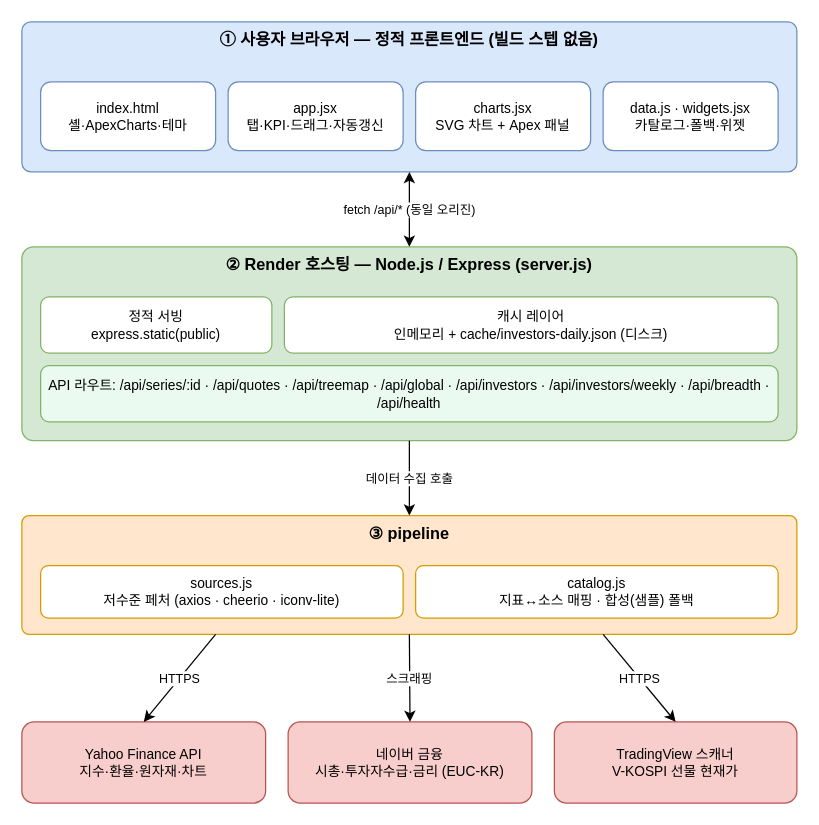
Above: architecture.drawio in nohkihyeon/macro (draw.io), before the change. Source tidied: cells renumbered, new cells numbered last; positions are measured from the earlier drawing's top-left corner, leaving out a move shared by most shapes. Both pictures are drawn from the tidied source at 125%, with x=0, y=0 at pixel (21, 21).
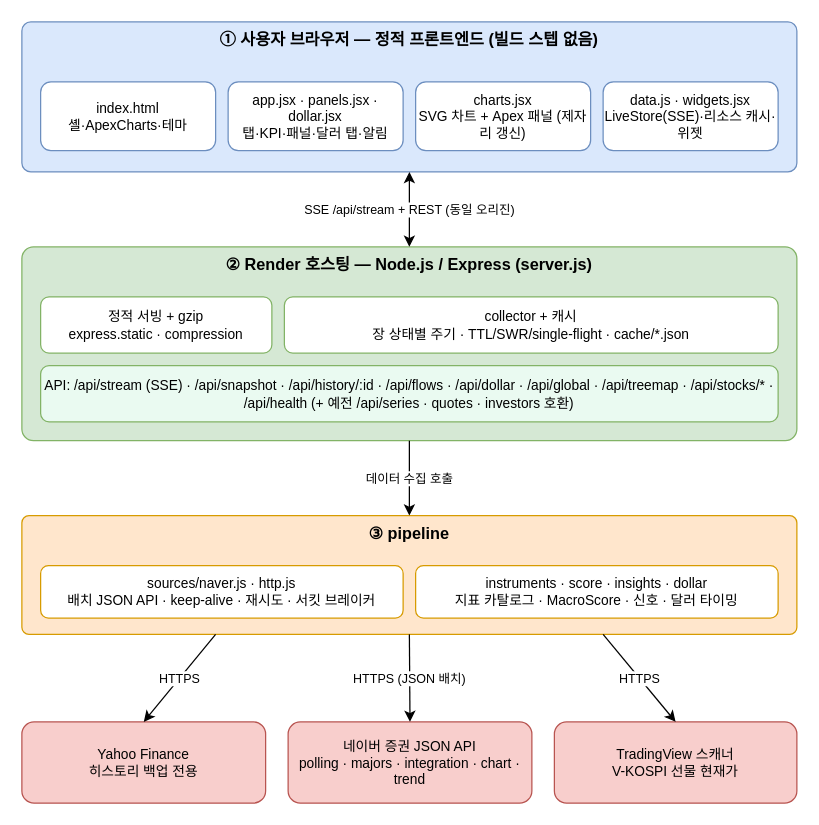
After the change.

The change refers to these unchanged cells:
```xml
<mxCell id="2" value="① 사용자 브라우저 — 정적 프론트엔드 (빌드 스텝 없음)" style="rounded=1;whiteSpace=wrap;html=1;fillColor=#dae8fc;strokeColor=#6c8ebf;verticalAlign=top;fontStyle=1;fontSize=13;arcSize=6;" parent="1" vertex="1">
  <mxGeometry width="620" height="120" as="geometry" />
</mxCell>
<mxCell id="7" value="② Render 호스팅 — Node.js / Express (server.js)" style="rounded=1;whiteSpace=wrap;html=1;fillColor=#d5e8d4;strokeColor=#82b366;verticalAlign=top;fontStyle=1;fontSize=13;arcSize=6;" parent="1" vertex="1">
  <mxGeometry y="180" width="620" height="155" as="geometry" />
</mxCell>
<mxCell id="11" value="③ pipeline" style="rounded=1;whiteSpace=wrap;html=1;fillColor=#ffe6cc;strokeColor=#d79b00;verticalAlign=top;fontStyle=1;fontSize=13;arcSize=6;" parent="1" vertex="1">
  <mxGeometry y="395" width="620" height="95" as="geometry" />
</mxCell>
```

Diff of the diagram source:
```diff
@@
-    <mxCell id="4" value="app.jsx&#10;탭·KPI·드래그·자동갱신" style="rounded=1;whiteSpace=wrap;html=1;fillColor=#ffffff;strokeColor=#6c8ebf;fontSize=11;" parent="2" vertex="1">
+    <mxCell id="4" value="app.jsx · panels.jsx · dollar.jsx&#10;탭·KPI·패널·달러 탭·알림" style="rounded=1;whiteSpace=wrap;html=1;fillColor=#ffffff;strokeColor=#6c8ebf;fontSize=11;" parent="2" vertex="1">
       <mxGeometry x="165" y="48" width="140" height="55" as="geometry" />
     </mxCell>
-    <mxCell id="5" value="charts.jsx&#10;SVG 차트 + Apex 패널" style="rounded=1;whiteSpace=wrap;html=1;fillColor=#ffffff;strokeColor=#6c8ebf;fontSize=11;" parent="2" vertex="1">
+    <mxCell id="5" value="charts.jsx&#10;SVG 차트 + Apex 패널 (제자리 갱신)" style="rounded=1;whiteSpace=wrap;html=1;fillColor=#ffffff;strokeColor=#6c8ebf;fontSize=11;" parent="2" vertex="1">
       <mxGeometry x="315" y="48" width="140" height="55" as="geometry" />
     </mxCell>
-    <mxCell id="6" value="data.js · widgets.jsx&#10;카탈로그·폴백·위젯" style="rounded=1;whiteSpace=wrap;html=1;fillColor=#ffffff;strokeColor=#6c8ebf;fontSize=11;" parent="2" vertex="1">
+    <mxCell id="6" value="data.js · widgets.jsx&#10;LiveStore(SSE)·리소스 캐시·위젯" style="rounded=1;whiteSpace=wrap;html=1;fillColor=#ffffff;strokeColor=#6c8ebf;fontSize=11;" parent="2" vertex="1">
       <mxGeometry x="465" y="48" width="140" height="55" as="geometry" />
     </mxCell>
@@
-    <mxCell id="8" value="정적 서빙&#10;express.static(public)" style="rounded=1;whiteSpace=wrap;html=1;fillColor=#ffffff;strokeColor=#82b366;fontSize=11;" parent="7" vertex="1">
+    <mxCell id="8" value="정적 서빙 + gzip&#10;express.static · compression" style="rounded=1;whiteSpace=wrap;html=1;fillColor=#ffffff;strokeColor=#82b366;fontSize=11;" parent="7" vertex="1">
       <mxGeometry x="15" y="40" width="185" height="45" as="geometry" />
     </mxCell>
-    <mxCell id="9" value="캐시 레이어&#10;인메모리 + cache/investors-daily.json (디스크)" style="rounded=1;whiteSpace=wrap;html=1;fillColor=#ffffff;strokeColor=#82b366;fontSize=11;" parent="7" vertex="1">
+    <mxCell id="9" value="collector + 캐시&#10;장 상태별 주기 · TTL/SWR/single-flight · cache/*.json" style="rounded=1;whiteSpace=wrap;html=1;fillColor=#ffffff;strokeColor=#82b366;fontSize=11;" parent="7" vertex="1">
       <mxGeometry x="210" y="40" width="395" height="45" as="geometry" />
     </mxCell>
-    <mxCell id="10" value="API 라우트:  /api/series/:id · /api/quotes · /api/treemap · /api/global · /api/investors · /api/investors/weekly · /api/breadth · /api/health" style="rounded=1;whiteSpace=wrap;html=1;fillColor=#eafaf1;strokeColor=#82b366;fontSize=11;" parent="7" vertex="1">
+    <mxCell id="10" value="API:  /api/stream (SSE) · /api/snapshot · /api/history/:id · /api/flows · /api/dollar · /api/global · /api/treemap · /api/stocks/* · /api/health  (+ 예전 /api/series · quotes · investors 호환)" style="rounded=1;whiteSpace=wrap;html=1;fillColor=#eafaf1;strokeColor=#82b366;fontSize=11;" parent="7" vertex="1">
       <mxGeometry x="15" y="95" width="590" height="45" as="geometry" />
     </mxCell>
@@
-    <mxCell id="12" value="sources.js&#10;저수준 페처 (axios · cheerio · iconv-lite)" style="rounded=1;whiteSpace=wrap;html=1;fillColor=#ffffff;strokeColor=#d79b00;fontSize=11;" parent="11" vertex="1">
+    <mxCell id="12" value="sources/naver.js · http.js&#10;배치 JSON API · keep-alive · 재시도 · 서킷 브레이커" style="rounded=1;whiteSpace=wrap;html=1;fillColor=#ffffff;strokeColor=#d79b00;fontSize=11;" parent="11" vertex="1">
       <mxGeometry x="15" y="40" width="290" height="42" as="geometry" />
     </mxCell>
-    <mxCell id="13" value="catalog.js&#10;지표↔소스 매핑 · 합성(샘플) 폴백" style="rounded=1;whiteSpace=wrap;html=1;fillColor=#ffffff;strokeColor=#d79b00;fontSize=11;" parent="11" vertex="1">
+    <mxCell id="13" value="instruments · score · insights · dollar&#10;지표 카탈로그 · MacroScore · 신호 · 달러 타이밍" style="rounded=1;whiteSpace=wrap;html=1;fillColor=#ffffff;strokeColor=#d79b00;fontSize=11;" parent="11" vertex="1">
       <mxGeometry x="315" y="40" width="290" height="42" as="geometry" />
     </mxCell>
-    <mxCell id="14" value="Yahoo Finance API&#10;지수·환율·원자재·차트" style="rounded=1;whiteSpace=wrap;html=1;fillColor=#f8cecc;strokeColor=#b85450;fontSize=11;" parent="1" vertex="1">
+    <mxCell id="14" value="Yahoo Finance&#10;히스토리 백업 전용" style="rounded=1;whiteSpace=wrap;html=1;fillColor=#f8cecc;strokeColor=#b85450;fontSize=11;" parent="1" vertex="1">
       <mxGeometry y="560" width="195" height="65" as="geometry" />
     </mxCell>
-    <mxCell id="15" value="네이버 금융&#10;시총·투자자수급·금리 (EUC-KR)" style="rounded=1;whiteSpace=wrap;html=1;fillColor=#f8cecc;strokeColor=#b85450;fontSize=11;" parent="1" vertex="1">
+    <mxCell id="15" value="네이버 증권 JSON API&#10;polling · majors · integration · chart · trend" style="rounded=1;whiteSpace=wrap;html=1;fillColor=#f8cecc;strokeColor=#b85450;fontSize=11;" parent="1" vertex="1">
       <mxGeometry x="213" y="560" width="195" height="65" as="geometry" />
     </mxCell>
@@
-    <mxCell id="17" value="fetch /api/* (동일 오리진)" style="endArrow=classic;startArrow=classic;html=1;exitX=0.5;exitY=1;exitDx=0;exitDy=0;entryX=0.5;entryY=0;entryDx=0;entryDy=0;fontSize=10;" parent="1" edge="1" source="2" target="7">
+    <mxCell id="17" value="SSE /api/stream + REST (동일 오리진)" style="endArrow=classic;startArrow=classic;html=1;exitX=0.5;exitY=1;exitDx=0;exitDy=0;entryX=0.5;entryY=0;entryDx=0;entryDy=0;fontSize=10;" parent="1" edge="1" source="2" target="7">
       <mxGeometry relative="1" as="geometry" />
     </mxCell>
@@
-    <mxCell id="20" value="스크래핑" style="endArrow=classic;html=1;exitX=0.5;exitY=1;exitDx=0;exitDy=0;entryX=0.5;entryY=0;entryDx=0;entryDy=0;fontSize=10;" parent="1" edge="1" source="11" target="15">
+    <mxCell id="20" value="HTTPS (JSON 배치)" style="endArrow=classic;html=1;exitX=0.5;exitY=1;exitDx=0;exitDy=0;entryX=0.5;entryY=0;entryDx=0;entryDy=0;fontSize=10;" parent="1" edge="1" source="11" target="15">
       <mxGeometry relative="1" as="geometry" />
     </mxCell>
```
